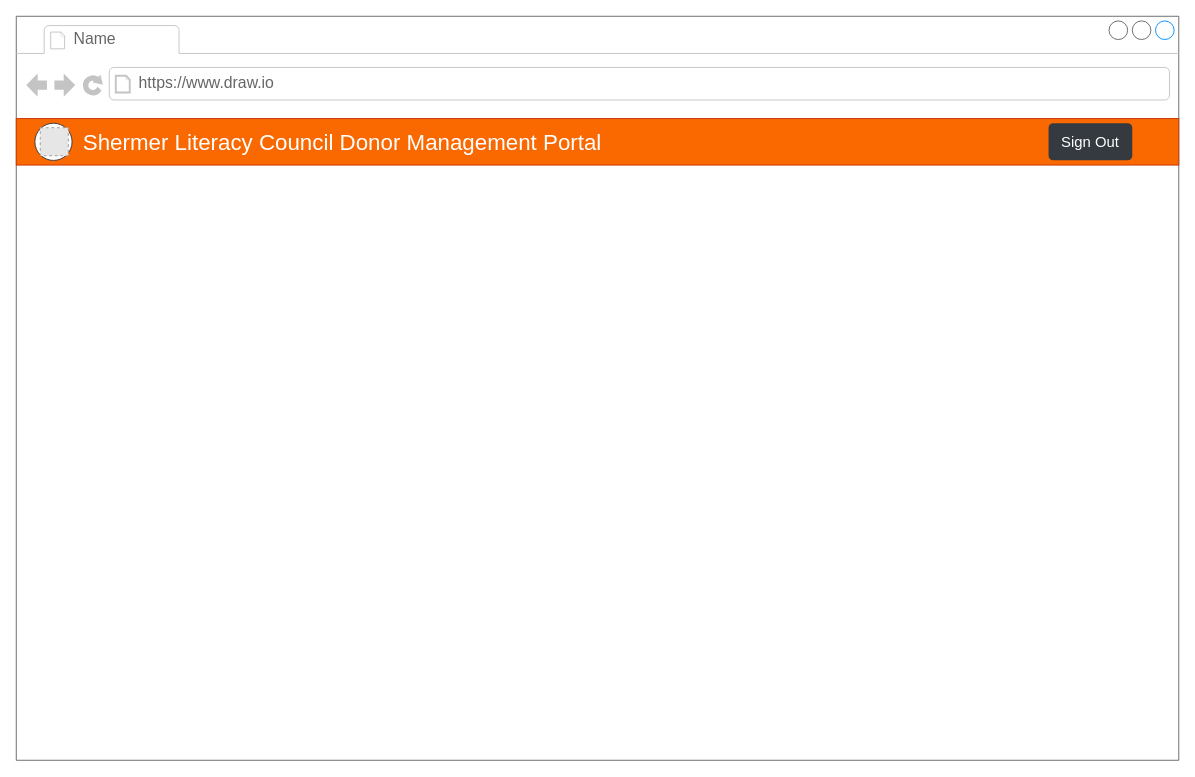
This is page "ViewDonor" (5 of 7) of docs/donor-tracker-mock.drawio from CaseyPitman/Donor-Management-Portal, a draw.io file, before an edit. Source tidied: cells renumbered, new cells numbered last; positions are measured from the earlier drawing's top-left corner, leaving out a move shared by most shapes. Both pictures are drawn from the tidied source at 93%, with x=0, y=0 at pixel (16, 16). Pictures stored in the file or linked from it are replaced by grey dashed boxes.
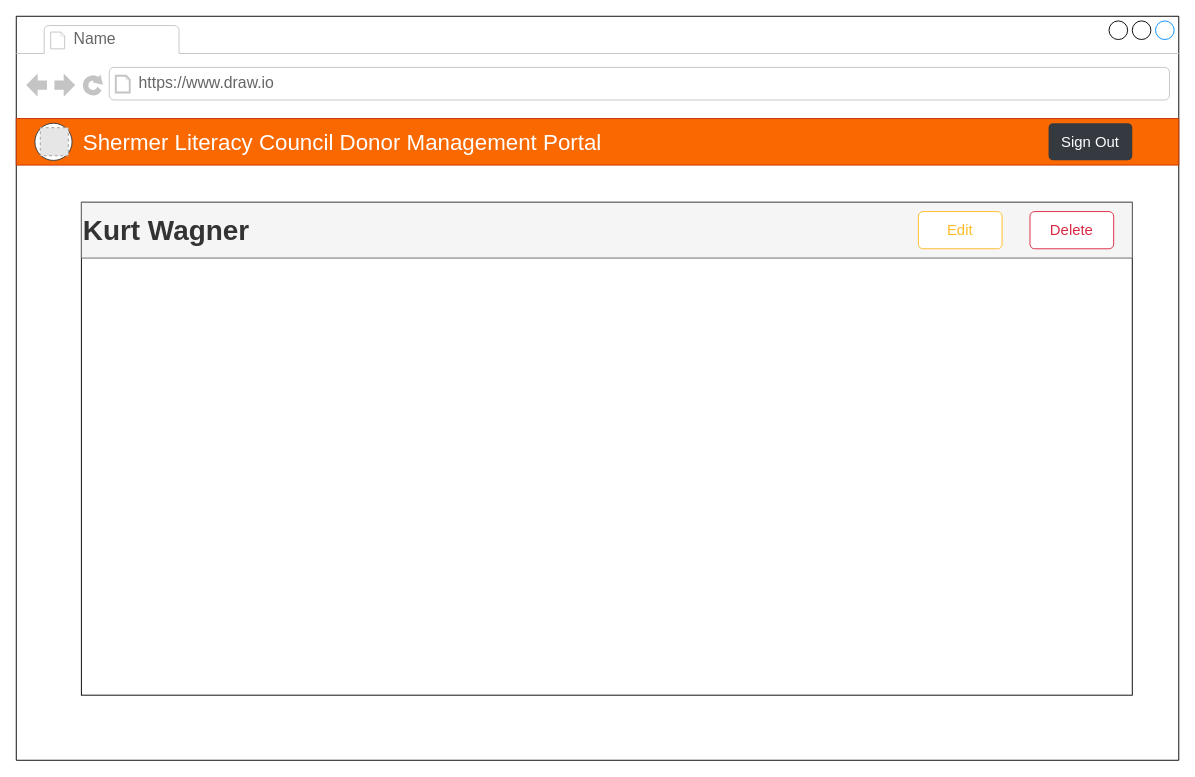
The same page after the edit.

Change to the diagram source:
```diff
@@
 <mxGraphModel>
   <root>
     <mxCell id="0" />
     <mxCell id="1" parent="0" />
-    <mxCell id="2" style="strokeWidth=1;shadow=0;dashed=0;align=center;html=1;shape=mxgraph.mockup.containers.browserWindow;rSize=0;strokeColor=#666666;strokeColor2=#008cff;strokeColor3=#c4c4c4;mainText=,;" parent="1" vertex="1">
+    <mxCell id="2" style="strokeWidth=1;shadow=0;dashed=0;align=center;html=1;shape=mxgraph.mockup.containers.browserWindow;rSize=0;strokeColor2=#008cff;strokeColor3=#c4c4c4;mainText=,;" parent="1" vertex="1">
       <mxGeometry width="1250" height="800" as="geometry" />
     </mxCell>
     <mxCell id="3" value="Name" style="strokeWidth=1;shadow=0;dashed=0;align=center;html=1;shape=mxgraph.mockup.containers.anchor;fontSize=17;fontColor=#666666;align=left;" parent="2" vertex="1">
       <mxGeometry x="60" y="12" width="110" height="26" as="geometry" />
     </mxCell>
     <mxCell id="4" value="https://www.draw.io" style="strokeWidth=1;shadow=0;dashed=0;align=center;html=1;shape=mxgraph.mockup.containers.anchor;rSize=0;fontSize=17;fontColor=#666666;align=left;" parent="2" vertex="1">
       <mxGeometry x="130" y="60" width="250" height="26" as="geometry" />
     </mxCell>
     <mxCell id="5" style="rounded=0;whiteSpace=wrap;html=1;fontSize=17;gradientDirection=north;strokeColor=#C73500;fontColor=#ffffff;fillColor=#fa6800;" parent="2" vertex="1">
       <mxGeometry y="110" width="1250" height="50" as="geometry" />
     </mxCell>
     <mxCell id="6" value="&lt;h2&gt;&lt;font size=&quot;1&quot; color=&quot;#ffffff&quot;&gt;&lt;span style=&quot;font-size: 24px ; font-weight: normal&quot;&gt;Shermer Literacy Council Donor Management Portal&lt;/span&gt;&lt;/font&gt;&lt;/h2&gt;" style="text;html=1;strokeColor=none;fillColor=none;align=left;verticalAlign=middle;whiteSpace=wrap;rounded=0;fontSize=17;" parent="2" vertex="1">
       <mxGeometry x="70" y="125" width="730" height="20" as="geometry" />
     </mxCell>
     <mxCell id="7" style="ellipse;whiteSpace=wrap;html=1;labelBackgroundColor=#ffffff;fontSize=17;align=left;strokeColor=#36393d;" parent="2" vertex="1">
       <mxGeometry x="20" y="115" width="40" height="40" as="geometry" />
     </mxCell>
     <mxCell id="8" style="fillColor=#E6E6E6;strokeColor=#999999;dashed=1;html=1;verticalAlign=top;verticalLabelPosition=bottom;labelBackgroundColor=#ffffff;fontSize=17;fontColor=#FFFFFF;align=left;" parent="2" vertex="1">
       <mxGeometry x="25.8" y="119.8" width="30.2" height="30.2" as="geometry" />
     </mxCell>
     <mxCell id="9" value="Sign Out" style="html=1;shadow=0;dashed=0;shape=mxgraph.bootstrap.rrect;rSize=5;strokeColor=none;strokeWidth=1;fillColor=#343A40;fontColor=#ffffff;whiteSpace=wrap;align=center;verticalAlign=middle;spacingLeft=0;fontStyle=0;fontSize=16;spacing=5;rounded=0;glass=0;labelBackgroundColor=none;sketch=0;" parent="2" vertex="1">
       <mxGeometry x="1110" y="114.9" width="90" height="40" as="geometry" />
     </mxCell>
+    <mxCell id="10" style="rounded=0;whiteSpace=wrap;html=1;align=left;" parent="2" vertex="1">
+      <mxGeometry x="70" y="200" width="1130" height="530" as="geometry" />
+    </mxCell>
+    <mxCell id="11" value="&lt;h1&gt;&lt;font style=&quot;font-size: 30px&quot;&gt;Kurt Wagner&lt;/font&gt;&lt;/h1&gt;" style="rounded=0;whiteSpace=wrap;html=1;align=left;strokeColor=#666666;fillColor=#f5f5f5;fontColor=#333333;" parent="2" vertex="1">
+      <mxGeometry x="70" y="200" width="1130" height="60" as="geometry" />
+    </mxCell>
+    <mxCell id="12" value="Delete" style="html=1;shadow=0;dashed=0;shape=mxgraph.bootstrap.rrect;rSize=5;strokeColor=#DB2843;strokeWidth=1;fontColor=#DB2843;whiteSpace=wrap;align=center;verticalAlign=middle;spacingLeft=0;fontStyle=0;fontSize=16;spacing=5;rounded=0;fillColor=#FFFFFF;" parent="2" vertex="1">
+      <mxGeometry x="1090" y="210" width="90" height="40" as="geometry" />
+    </mxCell>
+    <mxCell id="13" value="Edit" style="html=1;shadow=0;dashed=0;shape=mxgraph.bootstrap.rrect;rSize=5;strokeColor=#FFBC26;strokeWidth=1;fontColor=#FFBC26;whiteSpace=wrap;align=center;verticalAlign=middle;spacingLeft=0;fontStyle=0;fontSize=16;spacing=5;rounded=0;fillColor=#FFFFFF;" parent="2" vertex="1">
+      <mxGeometry x="970" y="210" width="90" height="40" as="geometry" />
+    </mxCell>
   </root>
 </mxGraphModel>
```
